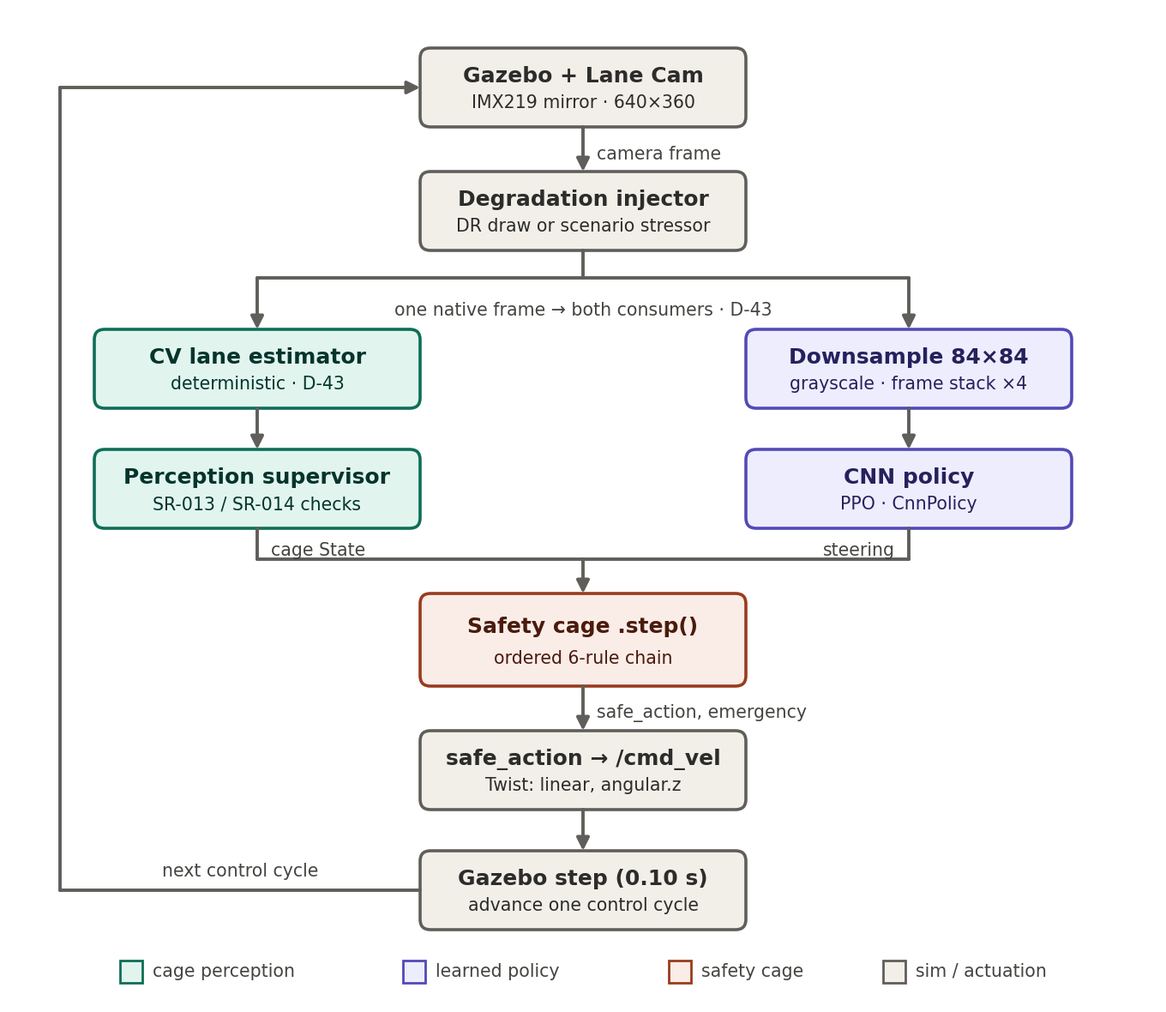
Earlier version of the Mermaid export manuscript/figures/etrack_camera_control_loop.png (snchz46/MT-SE4AI-Safe-RL-Cobraflex). Its source is kept beside it as manuscript/figures/etrack_camera_control_loop.mmd. The source it was exported from:
```mermaid

flowchart TD
    GZ["Gazebo + Lane Cam<br/>IMX219 mirror &middot; 640&times;360"]
    DEG["Degradation injector<br/>DR draw or scenario stressor"]
    CV["CV lane estimator<br/>deterministic &middot; D-43"]
    DS["Downsample 84&times;84<br/>grayscale &middot; frame stack &times;4"]
    SUP["Perception supervisor<br/>SR-013 / SR-014 checks"]
    CNN["CNN policy<br/>PPO &middot; CnnPolicy"]
    CAGE["Safety cage .step()<br/>ordered 6-rule chain"]
    CMD["safe_action &rarr; /cmd_vel<br/>Twist: linear, angular.z"]
    STEP["Gazebo step (0.10 s)<br/>advance one control cycle"]

    GZ -- "camera frame" --> DEG
    DEG -- "one native frame &rarr; both consumers &middot; D-43" --> CV
    DEG --> DS
    CV --> SUP
    DS --> CNN
    SUP -- "cage State" --> CAGE
    CNN -- "steering" --> CAGE
    CAGE -- "safe_action, emergency" --> CMD
    CMD --> STEP
    STEP -- "next control cycle" --> GZ

    classDef perception fill:#E1F5EE,stroke:#0F6E56,color:#04342C,stroke-width:1.2px;
    classDef policy     fill:#EEEDFE,stroke:#534AB7,color:#26215C,stroke-width:1.2px;
    classDef cage       fill:#FAECE7,stroke:#993C1D,color:#4A1B0C,stroke-width:1.2px;
    classDef sim        fill:#F1EFE8,stroke:#5F5E5A,color:#2C2C2A,stroke-width:1.2px;
    class CV,SUP perception;
    class DS,CNN policy;
    class CAGE cage;
    class GZ,DEG,CMD,STEP sim;
```
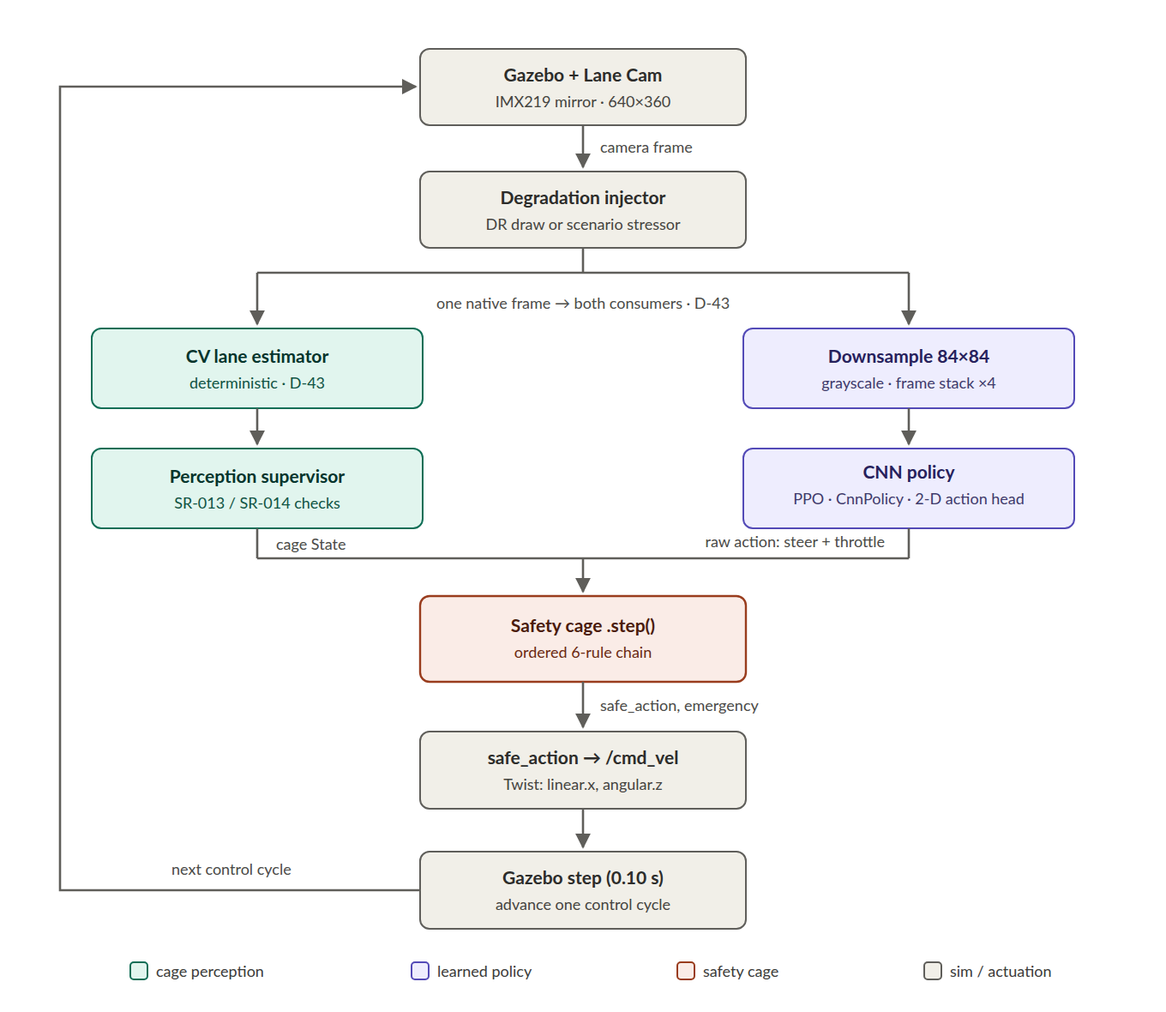
The same diagram one commit later.

Diff of the diagram source:
```diff
@@ -5,7 +5,7 @@
     CV["CV lane estimator<br/>deterministic &middot; D-43"]
     DS["Downsample 84&times;84<br/>grayscale &middot; frame stack &times;4"]
     SUP["Perception supervisor<br/>SR-013 / SR-014 checks"]
-    CNN["CNN policy<br/>PPO &middot; CnnPolicy"]
+    CNN["CNN policy<br/>PPO &middot; CnnPolicy<br/>2-D action head"]
     CAGE["Safety cage .step()<br/>ordered 6-rule chain"]
     CMD["safe_action &rarr; /cmd_vel<br/>Twist: linear, angular.z"]
     STEP["Gazebo step (0.10 s)<br/>advance one control cycle"]
@@ -16,7 +16,7 @@
     CV --> SUP
     DS --> CNN
     SUP -- "cage State" --> CAGE
-    CNN -- "steering" --> CAGE
+    CNN -- "raw_action: steer + throttle<br/>(1-D E-main: steer, fixed speed)" --> CAGE
     CAGE -- "safe_action, emergency" --> CMD
     CMD --> STEP
     STEP -- "next control cycle" --> GZ
```
